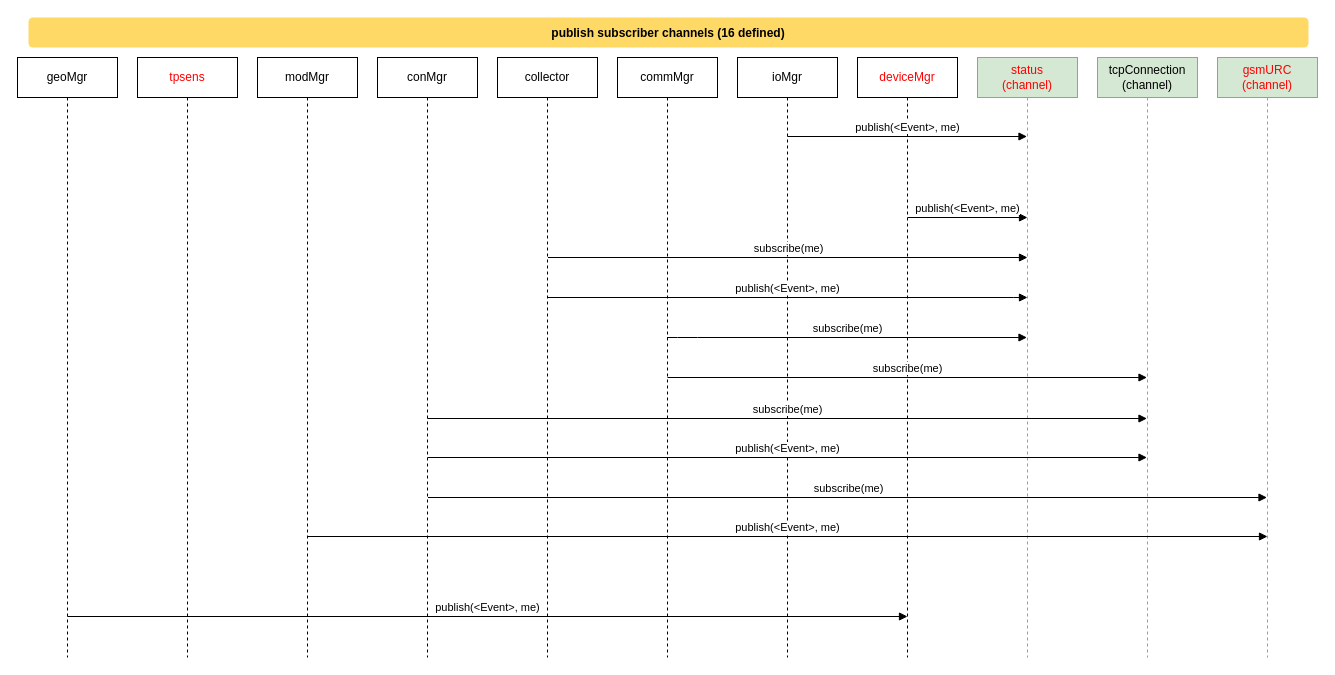
Above: page "databus channels" (2 of 4) of models/structure-interaction/collector.drawio in vortexmakes/AgroIoT (draw.io), before the change. Source tidied: cells renumbered, new cells numbered last; positions are measured from the earlier drawing's top-left corner, leaving out a move shared by most shapes. Both pictures are drawn from the tidied source at 100%, with x=0, y=0 at pixel (17, 17).
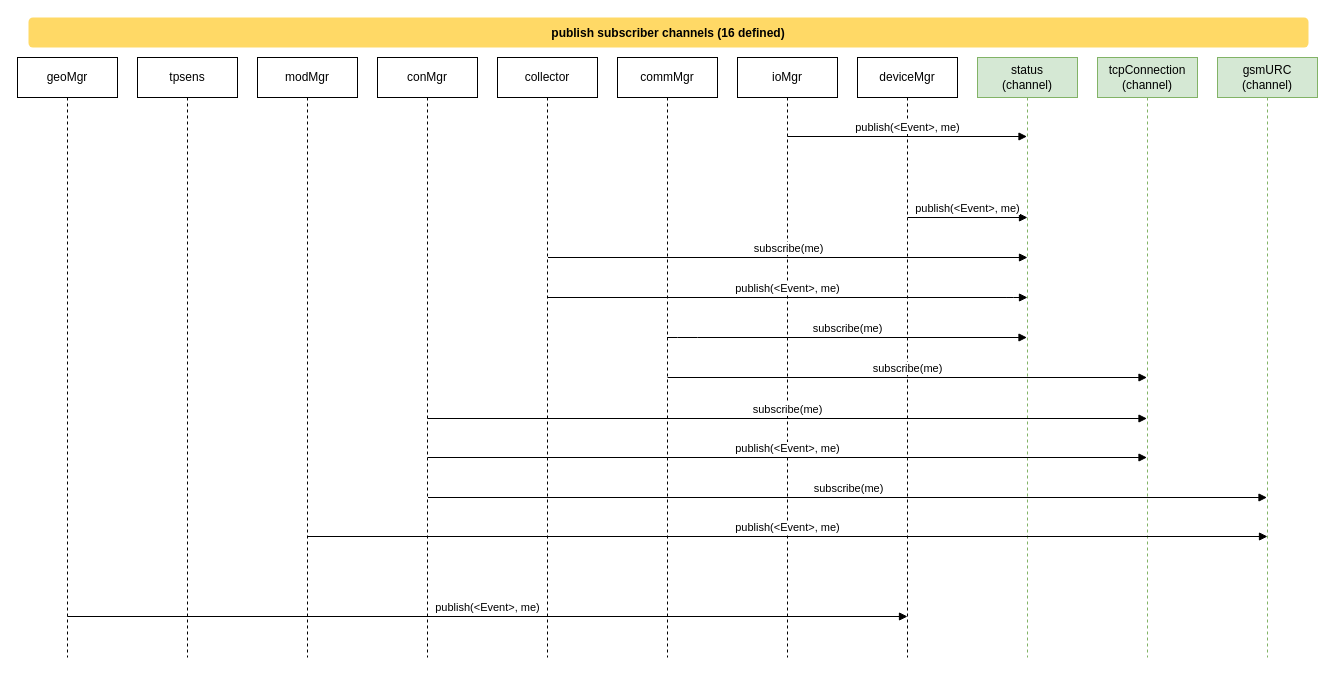
The same page after the edit.

Diff of the diagram source:
```diff
@@
-    <mxCell id="4" value="status&lt;br&gt;(channel)" style="shape=umlLifeline;perimeter=lifelinePerimeter;whiteSpace=wrap;html=1;outlineConnect=0;fillColor=#d5e8d4;strokeColor=#82b366;fontColor=#FF0000;" parent="1" vertex="1">
+    <mxCell id="4" value="status&lt;br&gt;(channel)" style="shape=umlLifeline;perimeter=lifelinePerimeter;whiteSpace=wrap;html=1;outlineConnect=0;fillColor=#d5e8d4;strokeColor=#82b366;fontColor=#000000;" parent="1" vertex="1">
       <mxGeometry x="960" y="40" width="100" height="600" as="geometry" />
     </mxCell>
@@
-    <mxCell id="6" value="gsmURC&lt;br&gt;(channel)" style="shape=umlLifeline;perimeter=lifelinePerimeter;whiteSpace=wrap;html=1;fillColor=#d5e8d4;strokeColor=#82b366;fontColor=#FF0000;" parent="1" vertex="1">
+    <mxCell id="6" value="gsmURC&lt;br&gt;(channel)" style="shape=umlLifeline;perimeter=lifelinePerimeter;whiteSpace=wrap;html=1;fillColor=#d5e8d4;strokeColor=#82b366;fontColor=#000000;" parent="1" vertex="1">
       <mxGeometry x="1200" y="40" width="100" height="600" as="geometry" />
     </mxCell>
@@
-    <mxCell id="10" value="deviceMgr" style="shape=umlLifeline;perimeter=lifelinePerimeter;whiteSpace=wrap;html=1;fontColor=#FF0000;" parent="1" vertex="1">
+    <mxCell id="10" value="deviceMgr" style="shape=umlLifeline;perimeter=lifelinePerimeter;whiteSpace=wrap;html=1;fontColor=#000000;" parent="1" vertex="1">
       <mxGeometry x="840" y="40" width="100" height="600" as="geometry" />
     </mxCell>
@@
-    <mxCell id="19" value="tpsens" style="shape=umlLifeline;perimeter=lifelinePerimeter;whiteSpace=wrap;html=1;fontColor=#FF0000;" parent="1" vertex="1">
+    <mxCell id="19" value="tpsens" style="shape=umlLifeline;perimeter=lifelinePerimeter;whiteSpace=wrap;html=1;fontColor=#000000;" parent="1" vertex="1">
       <mxGeometry x="120" y="40" width="100" height="600" as="geometry" />
     </mxCell>
```
